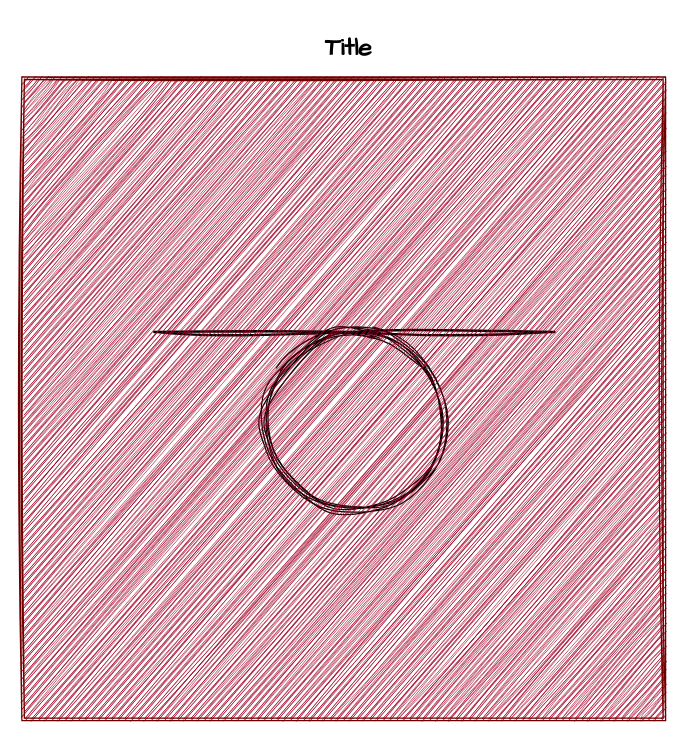
This is H2_implementation.drawio from 666creeping666death/C-code, a draw.io file, before an edit. Source tidied: cells renumbered, new cells numbered last; positions are measured from the earlier drawing's top-left corner, leaving out a move shared by most shapes. Both pictures are drawn from the tidied source at 125%, with x=0, y=0 at pixel (21, 21).
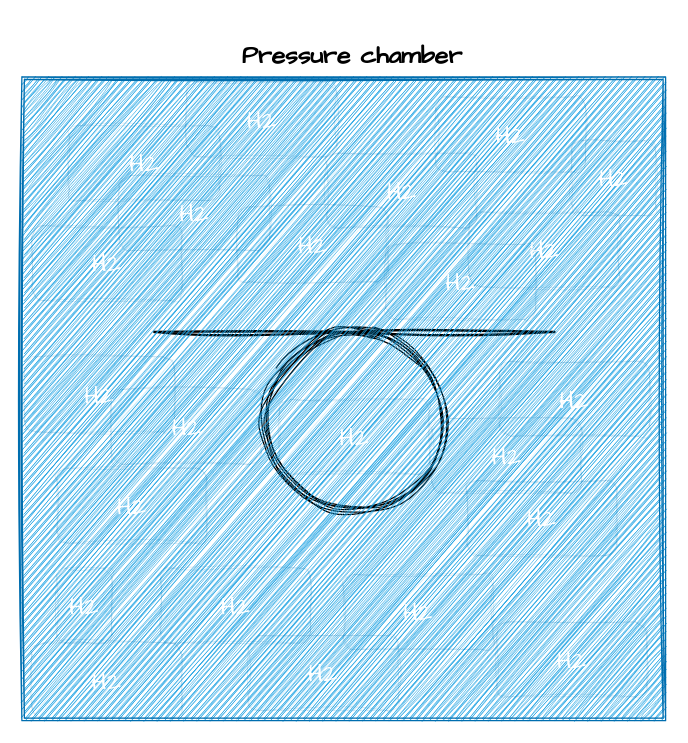
After the change.

The edit, as a diff of the source:
```diff
@@
-    <mxCell id="5" style="shape=ext;double=1;whiteSpace=wrap;html=1;sketch=1;hachureGap=4;jiggle=2;curveFitting=1;fontFamily=Architects Daughter;fontSize=20;fillStyle=hachure;fillColor=#a20025;strokeColor=#6F0000;fontColor=#ffffff;" parent="1" vertex="1">
+    <mxCell id="5" style="shape=ext;double=1;whiteSpace=wrap;html=1;sketch=1;hachureGap=4;jiggle=2;curveFitting=1;fontFamily=Architects Daughter;fontSize=20;fillStyle=hachure;fillColor=#1ba1e2;strokeColor=#006EAF;fontColor=#ffffff;" parent="1" vertex="1">
       <mxGeometry y="44" width="515" height="515" as="geometry" />
     </mxCell>
-    <mxCell id="6" value="Title" style="text;strokeColor=none;fillColor=none;html=1;fontSize=20;fontStyle=1;verticalAlign=middle;align=center;fontFamily=Architects Daughter;" parent="1" vertex="1">
-      <mxGeometry x="211" width="100" height="40" as="geometry" />
+    <mxCell id="6" value="Pressure chamber" style="text;strokeColor=none;fillColor=none;html=1;fontSize=20;fontStyle=1;verticalAlign=middle;align=center;fontFamily=Architects Daughter;" parent="1" vertex="1">
+      <mxGeometry x="214" y="5" width="100" height="41" as="geometry" />
     </mxCell>
+    <mxCell id="7" value="H2" style="rounded=1;whiteSpace=wrap;html=1;sketch=1;hachureGap=4;jiggle=2;curveFitting=1;fontFamily=Architects Daughter;fontSize=20;glass=0;shadow=0;strokeWidth=0;fillColor=#1ba1e2;fontColor=#ffffff;strokeColor=#006EAF;" parent="1" vertex="1">
+      <mxGeometry x="173" y="148" width="120" height="60" as="geometry" />
+    </mxCell>
+    <mxCell id="8" value="H2" style="rounded=1;whiteSpace=wrap;html=1;sketch=1;hachureGap=4;jiggle=2;curveFitting=1;fontFamily=Architects Daughter;fontSize=20;glass=0;shadow=0;strokeWidth=0;fillColor=#1ba1e2;fontColor=#ffffff;strokeColor=#006EAF;" parent="1" vertex="1">
+      <mxGeometry x="331" y="60" width="120" height="60" as="geometry" />
+    </mxCell>
+    <mxCell id="9" value="H2" style="rounded=1;whiteSpace=wrap;html=1;sketch=1;hachureGap=4;jiggle=2;curveFitting=1;fontFamily=Architects Daughter;fontSize=20;glass=0;shadow=0;strokeWidth=0;fillColor=#1ba1e2;fontColor=#ffffff;strokeColor=#006EAF;" parent="1" vertex="1">
+      <mxGeometry x="38" y="83" width="120" height="60" as="geometry" />
+    </mxCell>
+    <mxCell id="10" value="H2" style="rounded=1;whiteSpace=wrap;html=1;sketch=1;hachureGap=4;jiggle=2;curveFitting=1;fontFamily=Architects Daughter;fontSize=20;glass=0;shadow=0;strokeWidth=0;fillColor=#1ba1e2;fontColor=#ffffff;strokeColor=#006EAF;" parent="1" vertex="1">
+      <mxGeometry x="28" y="357" width="120" height="60" as="geometry" />
+    </mxCell>
+    <mxCell id="11" value="H2" style="rounded=1;whiteSpace=wrap;html=1;sketch=1;hachureGap=4;jiggle=2;curveFitting=1;fontFamily=Architects Daughter;fontSize=20;glass=0;shadow=0;strokeWidth=0;fillColor=#1ba1e2;fontColor=#ffffff;strokeColor=#006EAF;" parent="1" vertex="1">
+      <mxGeometry x="257" y="442" width="120" height="60" as="geometry" />
+    </mxCell>
+    <mxCell id="12" value="H2" style="rounded=1;whiteSpace=wrap;html=1;sketch=1;hachureGap=4;jiggle=2;curveFitting=1;fontFamily=Architects Daughter;fontSize=20;glass=0;shadow=0;strokeWidth=0;fillColor=#1ba1e2;fontColor=#ffffff;strokeColor=#006EAF;" parent="1" vertex="1">
+      <mxGeometry x="358" y="152" width="120" height="60" as="geometry" />
+    </mxCell>
+    <mxCell id="13" value="H2" style="rounded=1;whiteSpace=wrap;html=1;sketch=1;hachureGap=4;jiggle=2;curveFitting=1;fontFamily=Architects Daughter;fontSize=20;glass=0;shadow=0;strokeWidth=0;fillColor=#1ba1e2;fontColor=#ffffff;strokeColor=#006EAF;" parent="1" vertex="1">
+      <mxGeometry x="78" y="123" width="120" height="60" as="geometry" />
+    </mxCell>
+    <mxCell id="14" value="H2" style="rounded=1;whiteSpace=wrap;html=1;sketch=1;hachureGap=4;jiggle=2;curveFitting=1;fontFamily=Architects Daughter;fontSize=20;glass=0;shadow=0;strokeWidth=0;fillColor=#1ba1e2;fontColor=#ffffff;strokeColor=#006EAF;" parent="1" vertex="1">
+      <mxGeometry x="2" y="268" width="120" height="60" as="geometry" />
+    </mxCell>
+    <mxCell id="15" value="H2" style="rounded=1;whiteSpace=wrap;html=1;sketch=1;hachureGap=4;jiggle=2;curveFitting=1;fontFamily=Architects Daughter;fontSize=20;glass=0;shadow=0;strokeWidth=0;fillColor=#1ba1e2;fontColor=#ffffff;strokeColor=#006EAF;" parent="1" vertex="1">
+      <mxGeometry x="111" y="437" width="120" height="60" as="geometry" />
+    </mxCell>
+    <mxCell id="16" value="H2" style="rounded=1;whiteSpace=wrap;html=1;sketch=1;hachureGap=4;jiggle=2;curveFitting=1;fontFamily=Architects Daughter;fontSize=20;glass=0;shadow=0;strokeWidth=0;fillColor=#1ba1e2;fontColor=#ffffff;strokeColor=#006EAF;" parent="1" vertex="1">
+      <mxGeometry x="356" y="367" width="120" height="60" as="geometry" />
+    </mxCell>
+    <mxCell id="17" value="H2" style="rounded=1;whiteSpace=wrap;html=1;sketch=1;hachureGap=4;jiggle=2;curveFitting=1;fontFamily=Architects Daughter;fontSize=20;glass=0;shadow=0;strokeWidth=0;fillColor=#1ba1e2;fontColor=#ffffff;strokeColor=#006EAF;" parent="1" vertex="1">
+      <mxGeometry x="380" y="480" width="120" height="60" as="geometry" />
+    </mxCell>
+    <mxCell id="18" value="H2" style="rounded=1;whiteSpace=wrap;html=1;sketch=1;hachureGap=4;jiggle=2;curveFitting=1;fontFamily=Architects Daughter;fontSize=20;glass=0;shadow=0;strokeWidth=0;fillColor=#1ba1e2;fontColor=#ffffff;strokeColor=#006EAF;" parent="1" vertex="1">
+      <mxGeometry x="8" y="497" width="120" height="60" as="geometry" />
+    </mxCell>
+    <mxCell id="19" value="H2" style="rounded=1;whiteSpace=wrap;html=1;sketch=1;hachureGap=4;jiggle=2;curveFitting=1;fontFamily=Architects Daughter;fontSize=20;glass=0;shadow=0;strokeWidth=0;fillColor=#1ba1e2;fontColor=#ffffff;strokeColor=#006EAF;" parent="1" vertex="1">
+      <mxGeometry x="206" y="302" width="120" height="60" as="geometry" />
+    </mxCell>
+    <mxCell id="20" value="H2" style="rounded=1;whiteSpace=wrap;html=1;sketch=1;hachureGap=4;jiggle=2;curveFitting=1;fontFamily=Architects Daughter;fontSize=20;glass=0;shadow=0;strokeWidth=0;fillColor=#1ba1e2;fontColor=#ffffff;strokeColor=#006EAF;" parent="1" vertex="1">
+      <mxGeometry x="291" y="178" width="120" height="60" as="geometry" />
+    </mxCell>
+    <mxCell id="21" value="H2" style="rounded=1;whiteSpace=wrap;html=1;sketch=1;hachureGap=4;jiggle=2;curveFitting=1;fontFamily=Architects Daughter;fontSize=20;glass=0;shadow=0;strokeWidth=0;fillColor=#1ba1e2;fontColor=#ffffff;strokeColor=#006EAF;" parent="1" vertex="1">
+      <mxGeometry x="382" y="271.5" width="120" height="60" as="geometry" />
+    </mxCell>
+    <mxCell id="22" value="H2" style="rounded=1;whiteSpace=wrap;html=1;sketch=1;hachureGap=4;jiggle=2;curveFitting=1;fontFamily=Architects Daughter;fontSize=20;glass=0;shadow=0;strokeWidth=0;fillColor=#1ba1e2;fontColor=#ffffff;strokeColor=#006EAF;" parent="1" vertex="1">
+      <mxGeometry x="132" y="48" width="120" height="60" as="geometry" />
+    </mxCell>
+    <mxCell id="23" value="H2" style="rounded=1;whiteSpace=wrap;html=1;sketch=1;hachureGap=4;jiggle=2;curveFitting=1;fontFamily=Architects Daughter;fontSize=20;glass=0;shadow=0;strokeWidth=0;fillColor=#1ba1e2;fontColor=#ffffff;strokeColor=#006EAF;" parent="1" vertex="1">
+      <mxGeometry x="71.5" y="294" width="120" height="60" as="geometry" />
+    </mxCell>
+    <mxCell id="24" value="H2" style="rounded=1;whiteSpace=wrap;html=1;sketch=1;hachureGap=4;jiggle=2;curveFitting=1;fontFamily=Architects Daughter;fontSize=20;glass=0;shadow=0;strokeWidth=0;fillColor=#1ba1e2;fontColor=#ffffff;strokeColor=#006EAF;" parent="1" vertex="1">
+      <mxGeometry x="8" y="163" width="120" height="60" as="geometry" />
+    </mxCell>
+    <mxCell id="25" value="H2" style="rounded=1;whiteSpace=wrap;html=1;sketch=1;hachureGap=4;jiggle=2;curveFitting=1;fontFamily=Architects Daughter;fontSize=20;glass=0;shadow=0;strokeWidth=0;fillColor=#1ba1e2;fontColor=#ffffff;strokeColor=#006EAF;" parent="1" vertex="1">
+      <mxGeometry x="244" y="105" width="120" height="60" as="geometry" />
+    </mxCell>
+    <mxCell id="26" value="H2" style="rounded=1;whiteSpace=wrap;html=1;sketch=1;hachureGap=4;jiggle=2;curveFitting=1;fontFamily=Architects Daughter;fontSize=20;glass=0;shadow=0;strokeWidth=0;fillColor=#1ba1e2;fontColor=#ffffff;strokeColor=#006EAF;" parent="1" vertex="1">
+      <mxGeometry x="328" y="317" width="120" height="60" as="geometry" />
+    </mxCell>
+    <mxCell id="27" value="H2" style="rounded=1;whiteSpace=wrap;html=1;sketch=1;hachureGap=4;jiggle=2;curveFitting=1;fontFamily=Architects Daughter;fontSize=20;glass=0;shadow=0;strokeWidth=0;fillColor=#1ba1e2;fontColor=#ffffff;strokeColor=#006EAF;" parent="1" vertex="1">
+      <mxGeometry x="181" y="491" width="120" height="60" as="geometry" />
+    </mxCell>
+    <mxCell id="28" value="H2" style="rounded=1;whiteSpace=wrap;html=1;sketch=1;hachureGap=4;jiggle=2;curveFitting=1;fontFamily=Architects Daughter;fontSize=20;glass=0;shadow=0;strokeWidth=0;fillColor=#1ba1e2;fontColor=#ffffff;strokeColor=#006EAF;" parent="1" vertex="1">
+      <mxGeometry x="440" y="95" width="67" height="60" as="geometry" />
+    </mxCell>
+    <mxCell id="29" value="H2" style="rounded=1;whiteSpace=wrap;html=1;sketch=1;hachureGap=4;jiggle=2;curveFitting=1;fontFamily=Architects Daughter;fontSize=20;glass=0;shadow=0;strokeWidth=0;fillColor=#1ba1e2;fontColor=#ffffff;strokeColor=#006EAF;" parent="1" vertex="1">
+      <mxGeometry x="28" y="437" width="44" height="60" as="geometry" />
+    </mxCell>
```
